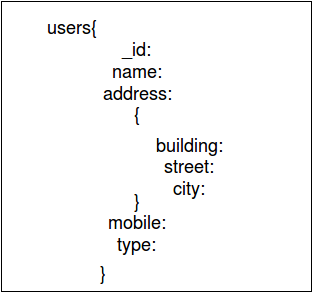
The draw.io diagram mongousers.png in sohailpatel/mongodb, before a commit. Source tidied: cells renumbered, new cells last; positions are measured from the earlier drawing's top-left corner, leaving out a move shared by most shapes.
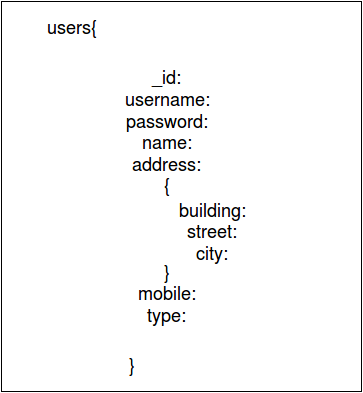
After the change.

Change to the diagram source:
```diff
@@ -3,19 +3,19 @@
     <mxCell id="0" />
     <mxCell id="1" parent="0" />
     <mxCell id="2" style="whiteSpace=wrap;html=1;" parent="1" vertex="1">
-      <mxGeometry width="310" height="290" as="geometry" />
+      <mxGeometry width="360" height="390" as="geometry" />
     </mxCell>
-    <mxCell id="3" value="&lt;br&gt;_id:&lt;br&gt;name:&lt;br&gt;address:&lt;br&gt;{&lt;br&gt;&lt;br&gt;&lt;br&gt;&lt;br&gt;}&lt;br&gt;mobile:&lt;br&gt;type:&lt;br&gt;&lt;br&gt;" style="text;html=1;strokeColor=none;fillColor=none;align=center;verticalAlign=middle;whiteSpace=wrap;overflow=hidden;fontSize=18;" parent="1" vertex="1">
-      <mxGeometry x="40" width="190" height="290" as="geometry" />
+    <mxCell id="3" value="&lt;br&gt;_id:&lt;br&gt;username:&lt;br&gt;password:&lt;br&gt;name:&lt;br&gt;address:&lt;br&gt;{&lt;br&gt;&lt;br&gt;&lt;br&gt;&lt;br&gt;}&lt;br&gt;mobile:&lt;br&gt;type:&lt;br&gt;&lt;br&gt;" style="text;html=1;strokeColor=none;fillColor=none;align=center;verticalAlign=middle;whiteSpace=wrap;overflow=hidden;fontSize=18;" parent="1" vertex="1">
+      <mxGeometry x="40" width="250" height="390" as="geometry" />
     </mxCell>
     <mxCell id="4" value="building:&lt;br&gt;street:&lt;br&gt;city:&lt;br&gt;" style="text;html=1;strokeColor=none;fillColor=none;align=center;verticalAlign=middle;whiteSpace=wrap;overflow=hidden;fontSize=18;" parent="1" vertex="1">
-      <mxGeometry x="135" y="130" width="105" height="70" as="geometry" />
+      <mxGeometry x="158" y="195" width="105" height="70" as="geometry" />
     </mxCell>
     <mxCell id="5" value="users{" style="text;html=1;strokeColor=none;fillColor=none;align=center;verticalAlign=middle;whiteSpace=wrap;overflow=hidden;fontSize=18;" parent="1" vertex="1">
       <mxGeometry x="40" y="11" width="60" height="30" as="geometry" />
     </mxCell>
     <mxCell id="6" value="}" style="text;html=1;strokeColor=none;fillColor=none;align=center;verticalAlign=middle;whiteSpace=wrap;overflow=hidden;fontSize=18;" parent="1" vertex="1">
-      <mxGeometry x="81" y="248" width="40" height="47" as="geometry" />
+      <mxGeometry x="110" y="340" width="40" height="47" as="geometry" />
     </mxCell>
   </root>
 </mxGraphModel>
```
